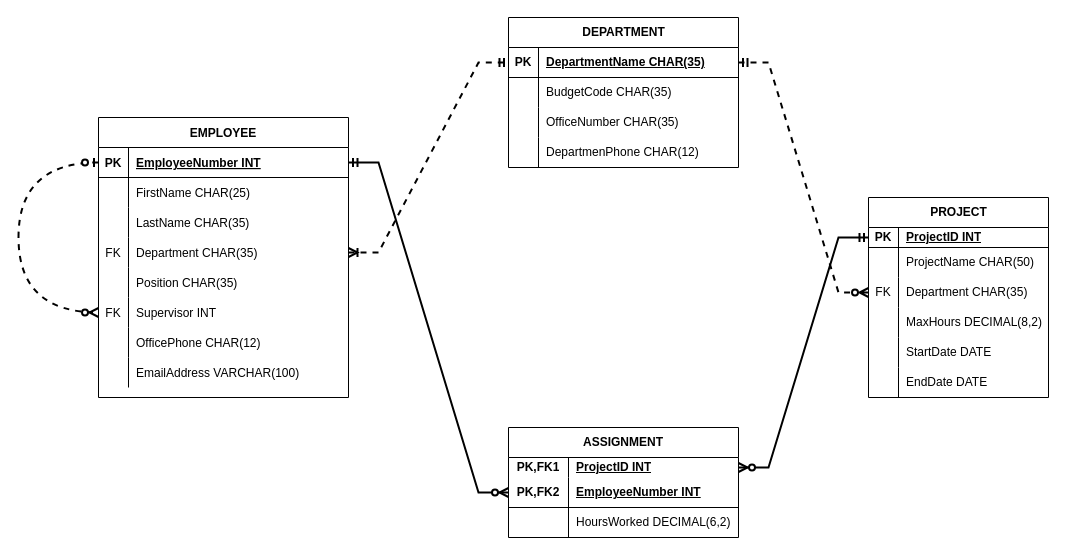
This is Project_Question_5_Part_2.drawio from SaiAnjesh/Relational-DBMS, a draw.io file, before an edit. Source tidied: cells renumbered, new cells numbered last; positions are measured from the earlier drawing's top-left corner, leaving out a move shared by most shapes. Both pictures are drawn from the tidied source at 100%, with x=0, y=0 at pixel (18, 17).
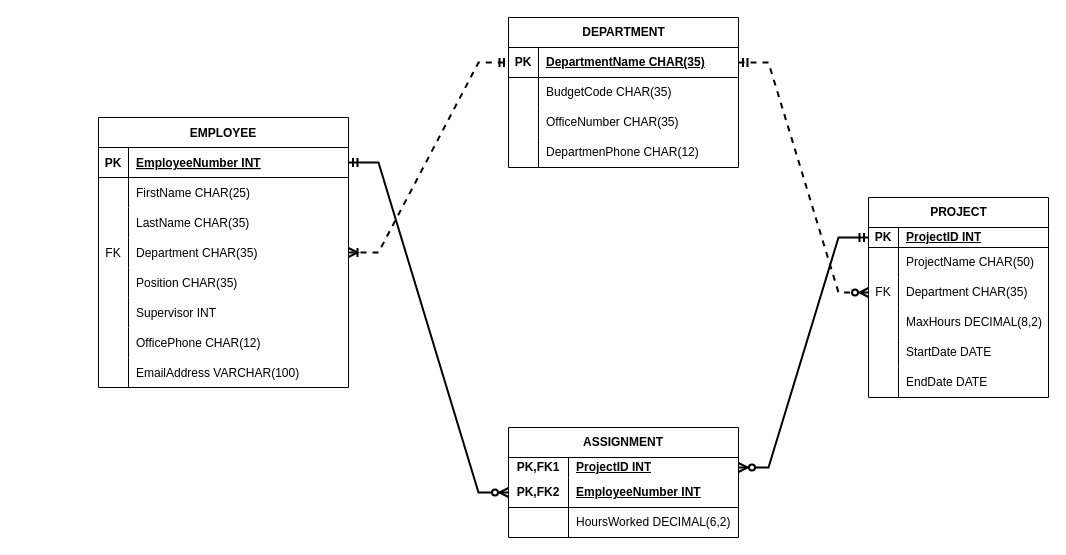
The same diagram, later.

The change refers to these unchanged cells:
```xml
<mxCell id="3" style="shape=partialRectangle;fillColor=none;points=[[0,0.5],[1,0.5]];portConstraint=eastwest;top=0;left=0;right=0;bottom=1;" parent="2" vertex="1">
  <mxGeometry y="30" width="250" height="30" as="geometry" />
</mxCell>
<mxCell id="18" style="shape=partialRectangle;fillColor=none;points=[[0,0.5],[1,0.5]];portConstraint=eastwest;top=0;left=0;right=0;bottom=0;" parent="2" vertex="1">
  <mxGeometry y="180" width="250" height="30" as="geometry" />
</mxCell>
```

What changed in the source:
```diff
@@
     <mxCell id="2" value="EMPLOYEE" style="shape=table;startSize=30;childLayout=tableLayout;rowLines=0;fontStyle=1;align=center;labelBackgroundColor=default;" parent="1" vertex="1">
-      <mxGeometry x="80" y="100" width="250" height="280" as="geometry" />
+      <mxGeometry x="80" y="100" width="250" height="270" as="geometry" />
     </mxCell>
@@
-    <mxCell id="19" value="FK" style="shape=partialRectangle;overflow=hidden;fillColor=none;top=0;left=0;bottom=0;right=0;" parent="18" vertex="1">
+    <mxCell id="19" style="shape=partialRectangle;overflow=hidden;fillColor=none;top=0;left=0;bottom=0;right=0;" parent="18" vertex="1">
       <mxGeometry width="30" height="30" as="geometry" />
     </mxCell>
@@
-    <mxCell id="27" style="edgeStyle=orthogonalEdgeStyle;fontSize=12;html=1;endArrow=ERzeroToMany;startArrow=ERzeroToOne;rounded=0;curved=1;exitX=0;exitY=0.5;exitDx=0;exitDy=0;entryX=0;entryY=0.5;entryDx=0;entryDy=0;strokeWidth=2;dashed=1;" parent="2" edge="1" source="3" target="18">
-      <mxGeometry relative="1" as="geometry">
-        <Array as="points">
-          <mxPoint x="-80" y="45" />
-          <mxPoint x="-80" y="195" />
-        </Array>
-      </mxGeometry>
-    </mxCell>
```
